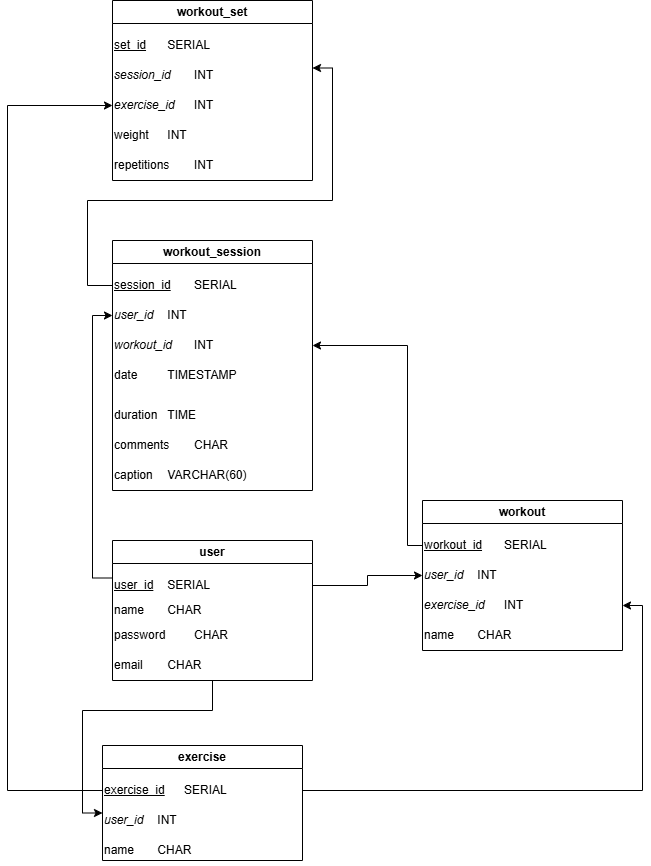
This is diagrams_documents/workout_dbschema.png from Zabuelis/LiftingPal, a draw.io export, as it was before one commit. Source tidied: cells renumbered, new cells last; positions are measured from the earlier drawing's top-left corner, leaving out a move shared by most shapes.
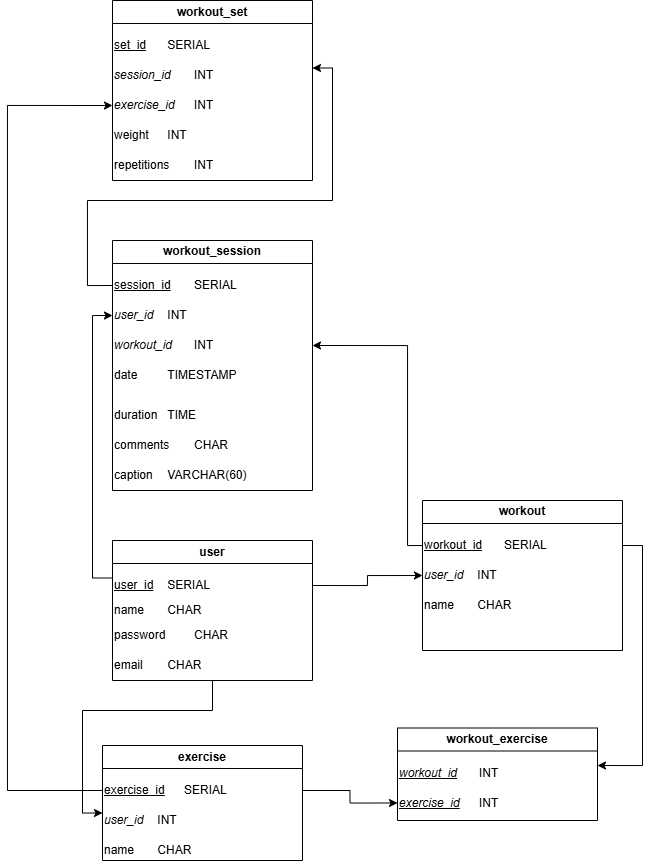
Later version of the same file.

The edit, as a diff of the source:
```diff
@@ -40,11 +40,8 @@
     <mxCell id="12" value="&lt;i&gt;user_id&lt;/i&gt;&lt;span style=&quot;font-style: italic; white-space: pre;&quot;&gt;&#9;&lt;/span&gt;INT" style="text;html=1;whiteSpace=wrap;strokeColor=none;fillColor=none;align=left;verticalAlign=middle;rounded=0;fontStyle=0;" parent="10" vertex="1">
       <mxGeometry y="60" width="200" height="30" as="geometry" />
     </mxCell>
-    <mxCell id="13" value="&lt;i&gt;exercise_id&amp;nbsp;&lt;/i&gt;&lt;span style=&quot;font-style: italic; white-space: pre;&quot;&gt;&#9;&lt;/span&gt;INT" style="text;html=1;whiteSpace=wrap;strokeColor=none;fillColor=none;align=left;verticalAlign=middle;rounded=0;fontStyle=0;" parent="10" vertex="1">
-      <mxGeometry y="90" width="200" height="30" as="geometry" />
-    </mxCell>
     <mxCell id="14" value="name&lt;span style=&quot;white-space: pre;&quot;&gt;&#9;&lt;/span&gt;CHAR" style="text;html=1;whiteSpace=wrap;strokeColor=none;fillColor=none;align=left;verticalAlign=middle;rounded=0;fontStyle=0;" parent="10" vertex="1">
-      <mxGeometry y="120" width="200" height="30" as="geometry" />
+      <mxGeometry y="90" width="200" height="30" as="geometry" />
     </mxCell>
     <mxCell id="15" value="exercise" style="swimlane;whiteSpace=wrap;html=1;" parent="1" vertex="1">
       <mxGeometry x="95" y="745" width="200" height="115" as="geometry" />
@@ -127,8 +124,20 @@
         </Array>
       </mxGeometry>
     </mxCell>
-    <mxCell id="36" style="edgeStyle=orthogonalEdgeStyle;rounded=0;jettySize=auto;html=1;entryX=1;entryY=0.5;entryDx=0;entryDy=0;exitX=1;exitY=0.5;exitDx=0;exitDy=0;" parent="1" edge="1" source="16" target="13">
+    <mxCell id="36" style="edgeStyle=orthogonalEdgeStyle;rounded=0;jettySize=auto;html=1;exitX=1;exitY=0.5;exitDx=0;exitDy=0;entryX=0;entryY=0.5;entryDx=0;entryDy=0;" parent="1" edge="1" source="16" target="13">
       <mxGeometry relative="1" as="geometry" />
     </mxCell>
+    <mxCell id="37" value="workout_exercise" style="swimlane;whiteSpace=wrap;html=1;" parent="1" vertex="1">
+      <mxGeometry x="390" y="727.5" width="200" height="92.5" as="geometry" />
+    </mxCell>
+    <mxCell id="38" value="&lt;u&gt;&lt;i&gt;workout_id&lt;/i&gt;&lt;/u&gt;&lt;span style=&quot;white-space: pre;&quot;&gt;&#9;&lt;/span&gt;INT" style="text;html=1;whiteSpace=wrap;strokeColor=none;fillColor=none;align=left;verticalAlign=middle;rounded=0;fontStyle=0;" parent="37" vertex="1">
+      <mxGeometry y="30" width="200" height="30" as="geometry" />
+    </mxCell>
+    <mxCell id="13" value="&lt;i&gt;&lt;u&gt;exercise_id&lt;/u&gt;&lt;/i&gt;&lt;span style=&quot;font-style: italic; white-space: pre;&quot;&gt;&#9;&lt;/span&gt;INT" style="text;html=1;whiteSpace=wrap;strokeColor=none;fillColor=none;align=left;verticalAlign=middle;rounded=0;fontStyle=0;" parent="37" vertex="1">
+      <mxGeometry y="60" width="200" height="30" as="geometry" />
+    </mxCell>
+    <mxCell id="39" style="edgeStyle=orthogonalEdgeStyle;rounded=0;jettySize=auto;html=1;exitX=1;exitY=0.5;exitDx=0;exitDy=0;entryX=1;entryY=0.25;entryDx=0;entryDy=0;" parent="1" edge="1" source="11" target="38">
+      <mxGeometry relative="1" as="geometry" />
+    </mxCell>
   </root>
 </mxGraphModel>
```
